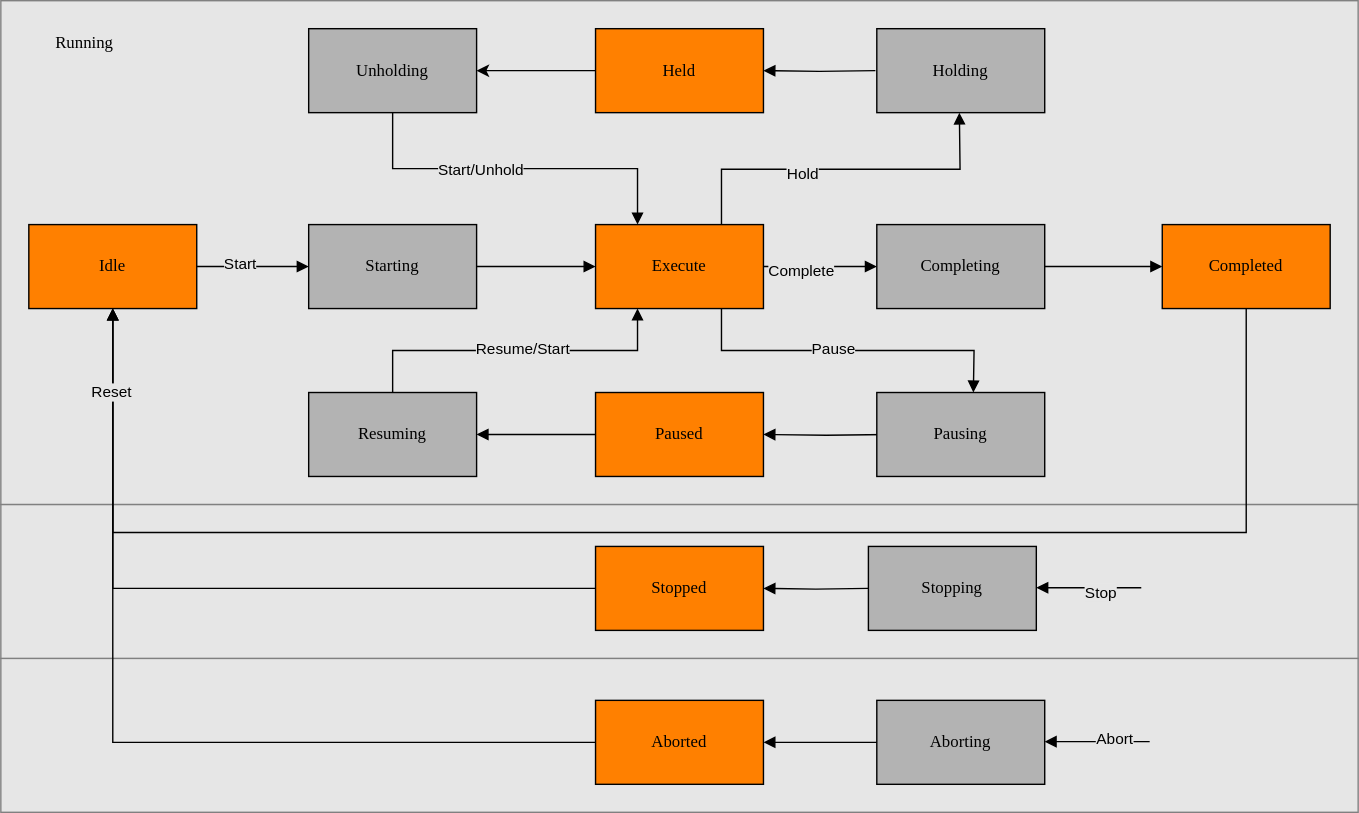
Earlier version of the draw.io export docs/StateMachine.drawio.svg (PeterZerlauth/Tc3_Component). Source tidied: cells renumbered, new cells last; positions are measured from the earlier drawing's top-left corner, leaving out a move shared by most shapes.
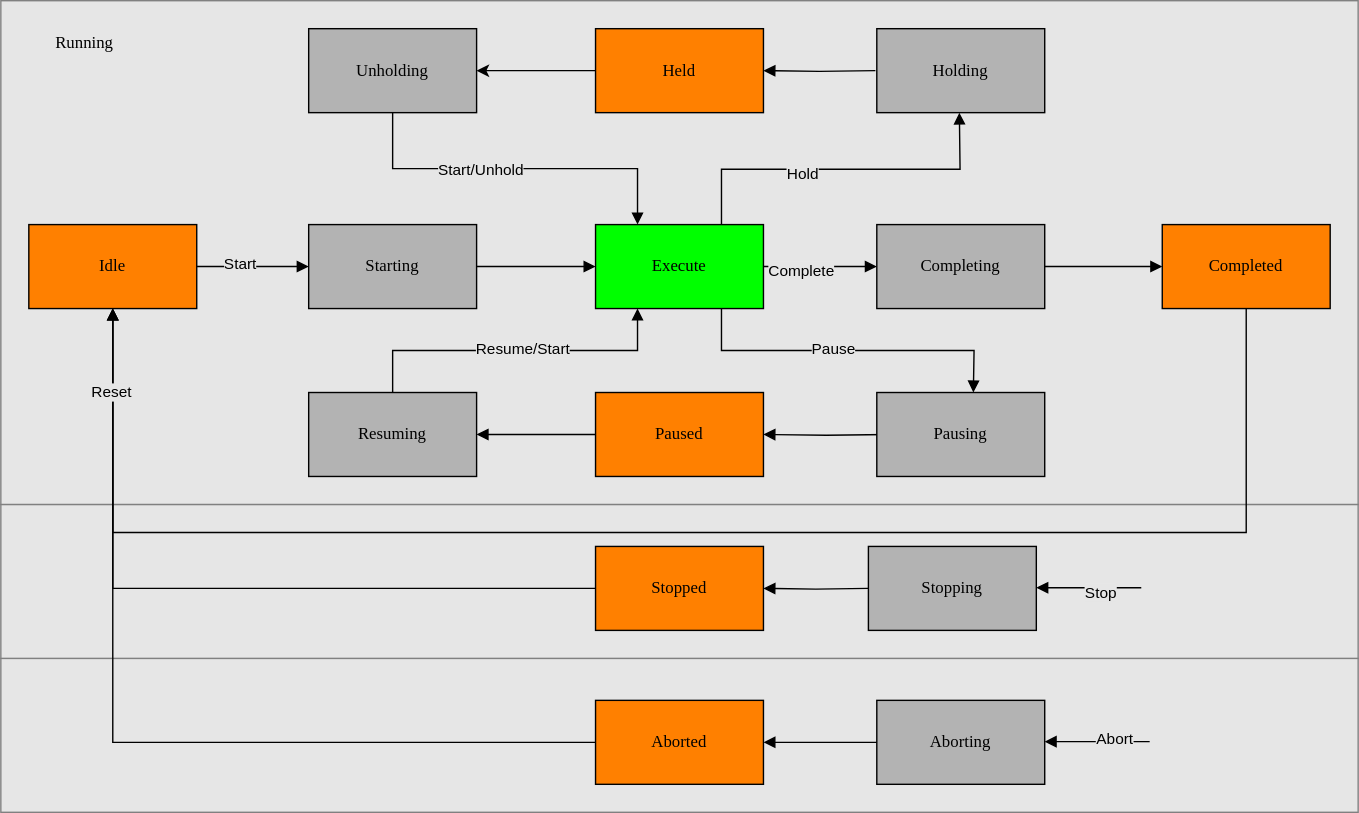
Later version of the same file.

What changed in the source:
```diff
@@ -33,7 +33,7 @@
     <mxCell id="10" value="Complete" style="edgeLabel;html=1;align=center;verticalAlign=middle;fontFamily=Helvetica;fontSize=11;fontColor=default;labelBackgroundColor=#E6E6E6;" parent="9" vertex="1">
       <mxGeometry x="-0.36" y="-2" relative="1" as="geometry" />
     </mxCell>
-    <mxCell id="11" value="Execute" style="rounded=0;whiteSpace=wrap;html=1;arcSize=24;fillColor=#FF8000;strokeColor=#000000;shadow=0;comic=0;labelBackgroundColor=none;fontFamily=Verdana;fontSize=12;fontColor=#000000;align=center;" parent="1" vertex="1">
+    <mxCell id="11" value="Execute" style="rounded=0;whiteSpace=wrap;html=1;arcSize=24;fillColor=#00FF00;strokeColor=#000000;shadow=0;comic=0;labelBackgroundColor=none;fontFamily=Verdana;fontSize=12;fontColor=#000000;align=center;" parent="1" vertex="1">
       <mxGeometry x="425" y="160" width="120" height="60" as="geometry" />
     </mxCell>
     <mxCell id="12" value="Paused" style="rounded=0;whiteSpace=wrap;html=1;arcSize=24;fillColor=#FF8000;strokeColor=#000000;shadow=0;comic=0;labelBackgroundColor=none;fontFamily=Verdana;fontSize=12;fontColor=#000000;align=center;" parent="1" vertex="1">
```
